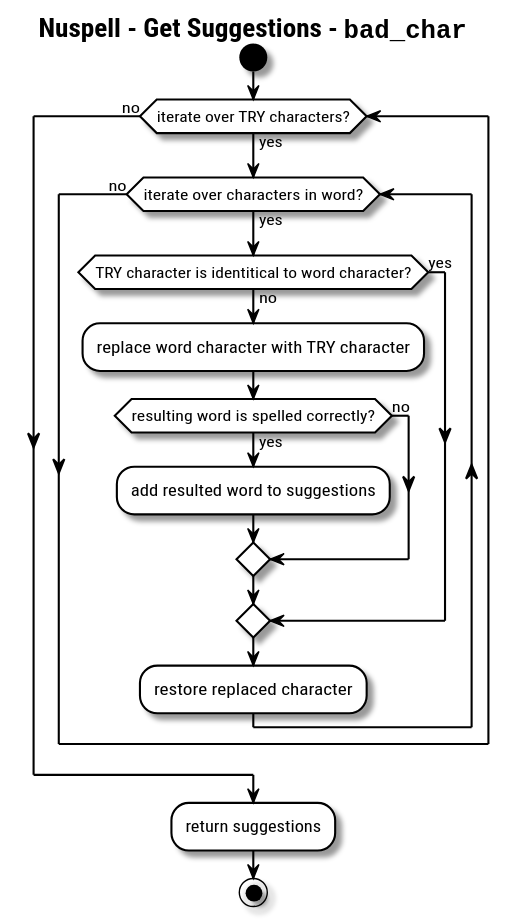
The PlantUML diagram uml/activity-diagrams/46-suggest_badchar-activity-diagram.svg in nuspell/misc-nuspell, before a commit.
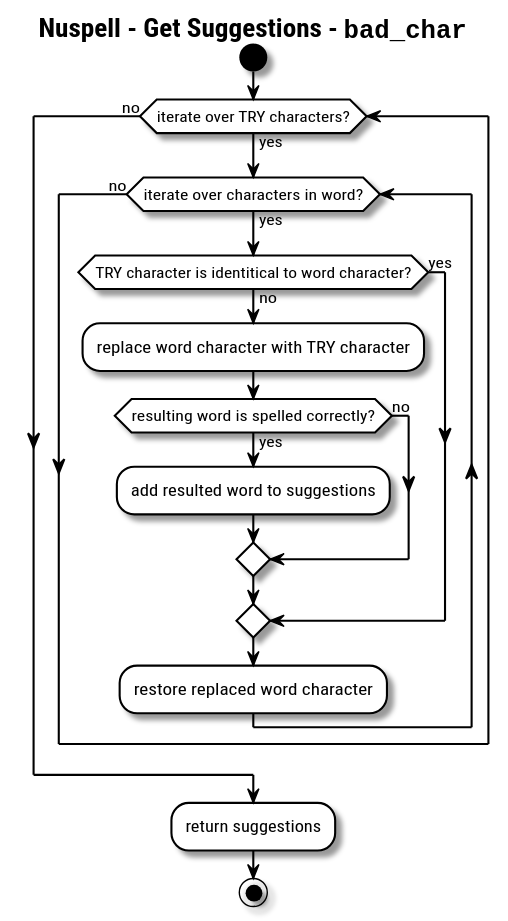
Above is the later version.

The edit, as a diff of the source:
```diff
@@ -42,7 +42,7 @@
 			else (no)
 			endif
 		endif
-		:restore replaced character;
+		:restore replaced word character;
 	endwhile (no)
 endwhile (no)
 :return suggestions;
```
